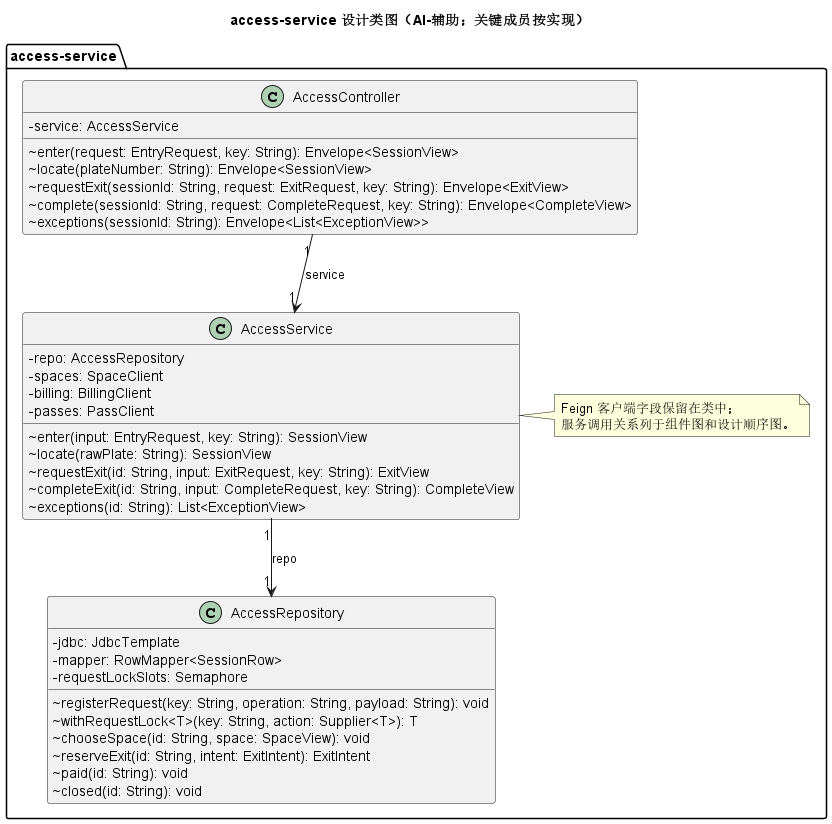
This is models/rendered/15-design-classes.png from Gindama713/UMLWORK, a PlantUML export, as it was before one commit.
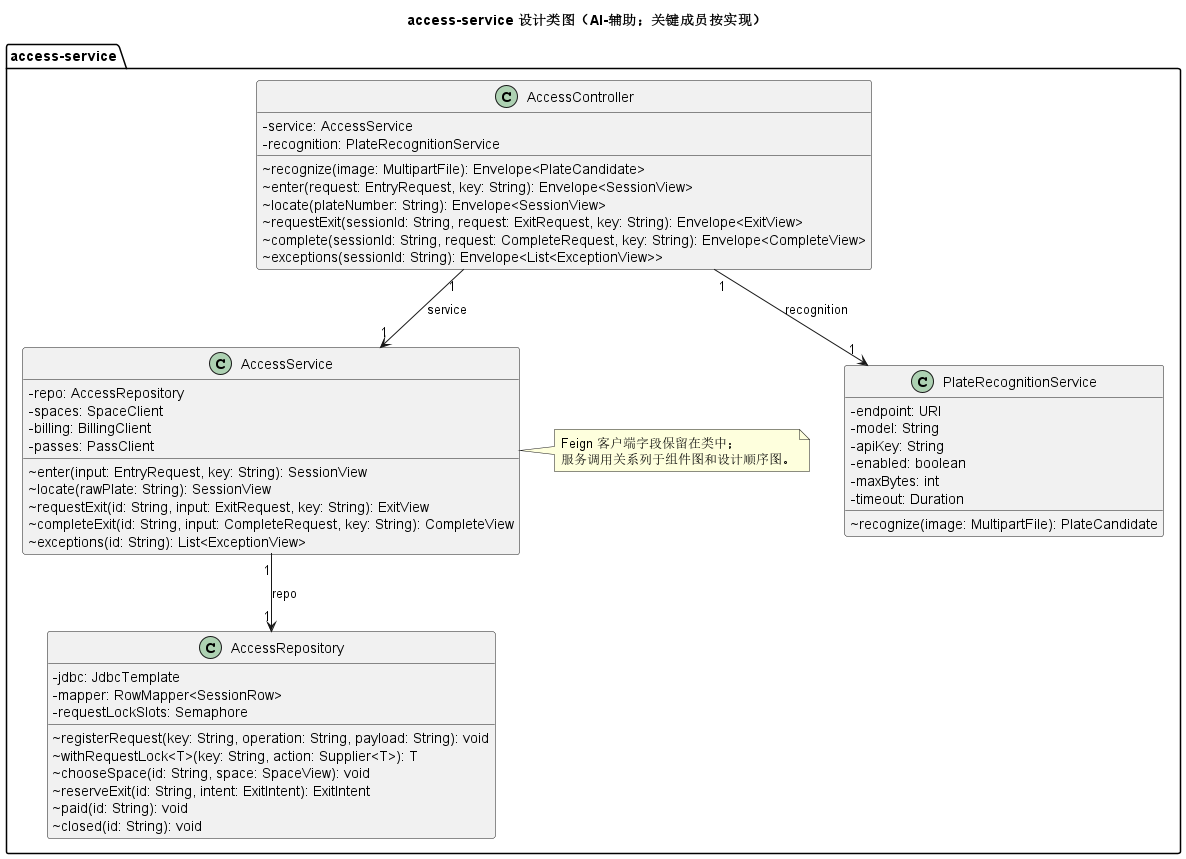
Later version of the same file.

What changed in the source:
```diff
@@ -5,6 +5,8 @@
 package "access-service" {
   class AccessController {
     -service: AccessService
+    -recognition: PlateRecognitionService
+    ~recognize(image: MultipartFile): Envelope<PlateCandidate>
     ~enter(request: EntryRequest, key: String): Envelope<SessionView>
     ~locate(plateNumber: String): Envelope<SessionView>
     ~requestExit(sessionId: String, request: ExitRequest, key: String): Envelope<ExitView>
@@ -22,6 +24,15 @@
     ~completeExit(id: String, input: CompleteRequest, key: String): CompleteView
     ~exceptions(id: String): List<ExceptionView>
   }
+  class PlateRecognitionService {
+    -endpoint: URI
+    -model: String
+    -apiKey: String
+    -enabled: boolean
+    -maxBytes: int
+    -timeout: Duration
+    ~recognize(image: MultipartFile): PlateCandidate
+  }
   class AccessRepository {
     -jdbc: JdbcTemplate
     -mapper: RowMapper<SessionRow>
@@ -34,6 +45,7 @@
     ~closed(id: String): void
   }
   AccessController "1" --> "1" AccessService : service
+  AccessController "1" --> "1" PlateRecognitionService : recognition
   AccessService "1" --> "1" AccessRepository : repo
   note right of AccessService
     Feign 客户端字段保留在类中；
```
